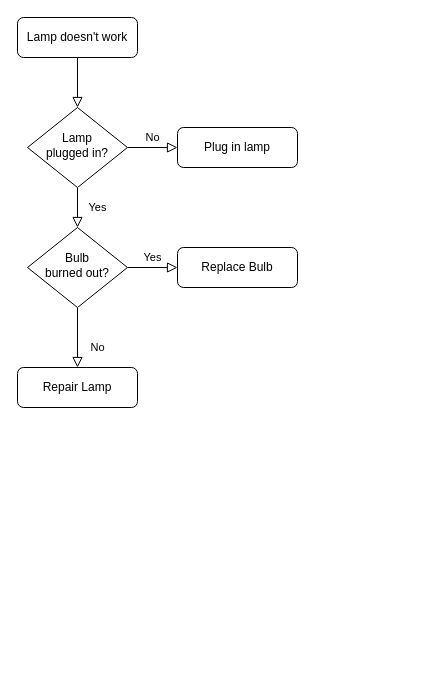
Above: Untitled Diagram.drawio in i3land/ZXMAC_FIRST_GIT (draw.io), before the change. Source tidied: cells renumbered, new cells numbered last; positions are measured from the earlier drawing's top-left corner, leaving out a move shared by most shapes. Both pictures are drawn from the tidied source at 100%, with x=0, y=0 at pixel (17, 17).
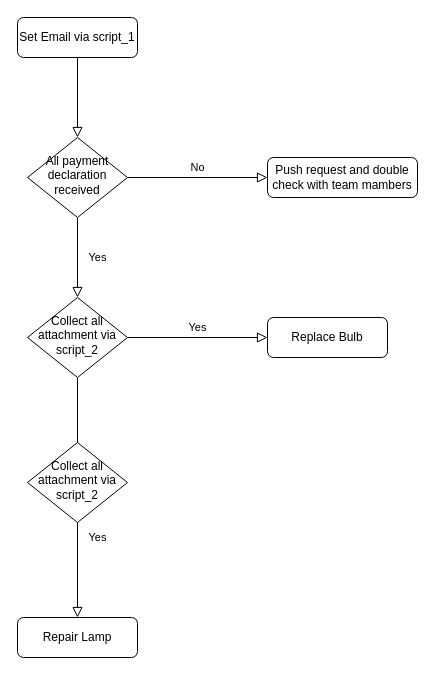
Above is the later version.

Change to the diagram source:
```diff
@@
 <mxGraphModel>
   <root>
     <mxCell id="0" />
     <mxCell id="1" parent="0" />
     <mxCell id="2" style="rounded=0;html=1;jettySize=auto;fontSize=11;endArrow=block;endFill=0;endSize=8;strokeWidth=1;shadow=0;labelBackgroundColor=none;edgeStyle=orthogonalEdgeStyle;" parent="1" edge="1" source="3" target="6">
       <mxGeometry relative="1" as="geometry" />
     </mxCell>
-    <mxCell id="3" value="Lamp doesn't work" style="rounded=1;whiteSpace=wrap;html=1;fontSize=12;glass=0;strokeWidth=1;shadow=0;" parent="1" vertex="1">
+    <mxCell id="3" value="Set Email via script_1" style="rounded=1;whiteSpace=wrap;html=1;fontSize=12;glass=0;strokeWidth=1;shadow=0;" parent="1" vertex="1">
       <mxGeometry width="120" height="40" as="geometry" />
     </mxCell>
     <mxCell id="4" value="Yes" style="rounded=0;html=1;jettySize=auto;fontSize=11;endArrow=block;endFill=0;endSize=8;strokeWidth=1;shadow=0;labelBackgroundColor=none;edgeStyle=orthogonalEdgeStyle;" parent="1" edge="1" source="6" target="10">
       <mxGeometry y="20" relative="1" as="geometry" />
     </mxCell>
     <mxCell id="5" value="No" style="edgeStyle=orthogonalEdgeStyle;rounded=0;html=1;jettySize=auto;fontSize=11;endArrow=block;endFill=0;endSize=8;strokeWidth=1;shadow=0;labelBackgroundColor=none;" parent="1" edge="1" source="6" target="7">
       <mxGeometry y="10" relative="1" as="geometry" />
     </mxCell>
-    <mxCell id="6" value="Lamp&lt;br&gt;plugged in?" style="rhombus;whiteSpace=wrap;html=1;shadow=0;fontFamily=Helvetica;fontSize=12;align=center;strokeWidth=1;spacing=6;spacingTop=-4;" parent="1" vertex="1">
-      <mxGeometry x="10" y="90" width="100" height="80" as="geometry" />
+    <mxCell id="6" value="All payment declaration received" style="rhombus;whiteSpace=wrap;html=1;shadow=0;fontFamily=Helvetica;fontSize=12;align=center;strokeWidth=1;spacing=6;spacingTop=-4;" parent="1" vertex="1">
+      <mxGeometry x="10" y="120" width="100" height="80" as="geometry" />
     </mxCell>
-    <mxCell id="7" value="Plug in lamp" style="rounded=1;whiteSpace=wrap;html=1;fontSize=12;glass=0;strokeWidth=1;shadow=0;" parent="1" vertex="1">
-      <mxGeometry x="160" y="110" width="120" height="40" as="geometry" />
+    <mxCell id="7" value="Push request and double check with team mambers" style="rounded=1;whiteSpace=wrap;html=1;fontSize=12;glass=0;strokeWidth=1;shadow=0;" parent="1" vertex="1">
+      <mxGeometry x="250" y="140" width="150" height="40" as="geometry" />
     </mxCell>
-    <mxCell id="8" value="No" style="rounded=0;html=1;jettySize=auto;fontSize=11;endArrow=block;endFill=0;endSize=8;strokeWidth=1;shadow=0;labelBackgroundColor=none;edgeStyle=orthogonalEdgeStyle;" parent="1" edge="1" source="10" target="11">
+    <mxCell id="8" value="Yes" style="rounded=0;html=1;jettySize=auto;fontSize=11;endArrow=block;endFill=0;endSize=8;strokeWidth=1;shadow=0;labelBackgroundColor=none;edgeStyle=orthogonalEdgeStyle;" parent="1" edge="1" source="10" target="11">
       <mxGeometry x="0.33" y="20" relative="1" as="geometry" />
     </mxCell>
     <mxCell id="9" value="Yes" style="edgeStyle=orthogonalEdgeStyle;rounded=0;html=1;jettySize=auto;fontSize=11;endArrow=block;endFill=0;endSize=8;strokeWidth=1;shadow=0;labelBackgroundColor=none;" parent="1" edge="1" source="10" target="12">
       <mxGeometry y="10" relative="1" as="geometry" />
     </mxCell>
-    <mxCell id="10" value="Bulb&lt;br&gt;burned out?" style="rhombus;whiteSpace=wrap;html=1;shadow=0;fontFamily=Helvetica;fontSize=12;align=center;strokeWidth=1;spacing=6;spacingTop=-4;" parent="1" vertex="1">
-      <mxGeometry x="10" y="210" width="100" height="80" as="geometry" />
+    <mxCell id="10" value="Collect all attachment via script_2" style="rhombus;whiteSpace=wrap;html=1;shadow=0;fontFamily=Helvetica;fontSize=12;align=center;strokeWidth=1;spacing=6;spacingTop=-4;" parent="1" vertex="1">
+      <mxGeometry x="10" y="280" width="100" height="80" as="geometry" />
     </mxCell>
     <mxCell id="11" value="Repair Lamp" style="rounded=1;whiteSpace=wrap;html=1;fontSize=12;glass=0;strokeWidth=1;shadow=0;" parent="1" vertex="1">
-      <mxGeometry y="350" width="120" height="40" as="geometry" />
+      <mxGeometry y="600" width="120" height="40" as="geometry" />
     </mxCell>
     <mxCell id="12" value="Replace Bulb" style="rounded=1;whiteSpace=wrap;html=1;fontSize=12;glass=0;strokeWidth=1;shadow=0;" parent="1" vertex="1">
-      <mxGeometry x="160" y="230" width="120" height="40" as="geometry" />
+      <mxGeometry x="250" y="300" width="120" height="40" as="geometry" />
     </mxCell>
+    <mxCell id="13" value="Collect all attachment via script_2" style="rhombus;whiteSpace=wrap;html=1;shadow=0;fontFamily=Helvetica;fontSize=12;align=center;strokeWidth=1;spacing=6;spacingTop=-4;" parent="1" vertex="1">
+      <mxGeometry x="10" y="425" width="100" height="80" as="geometry" />
+    </mxCell>
   </root>
 </mxGraphModel>
```
